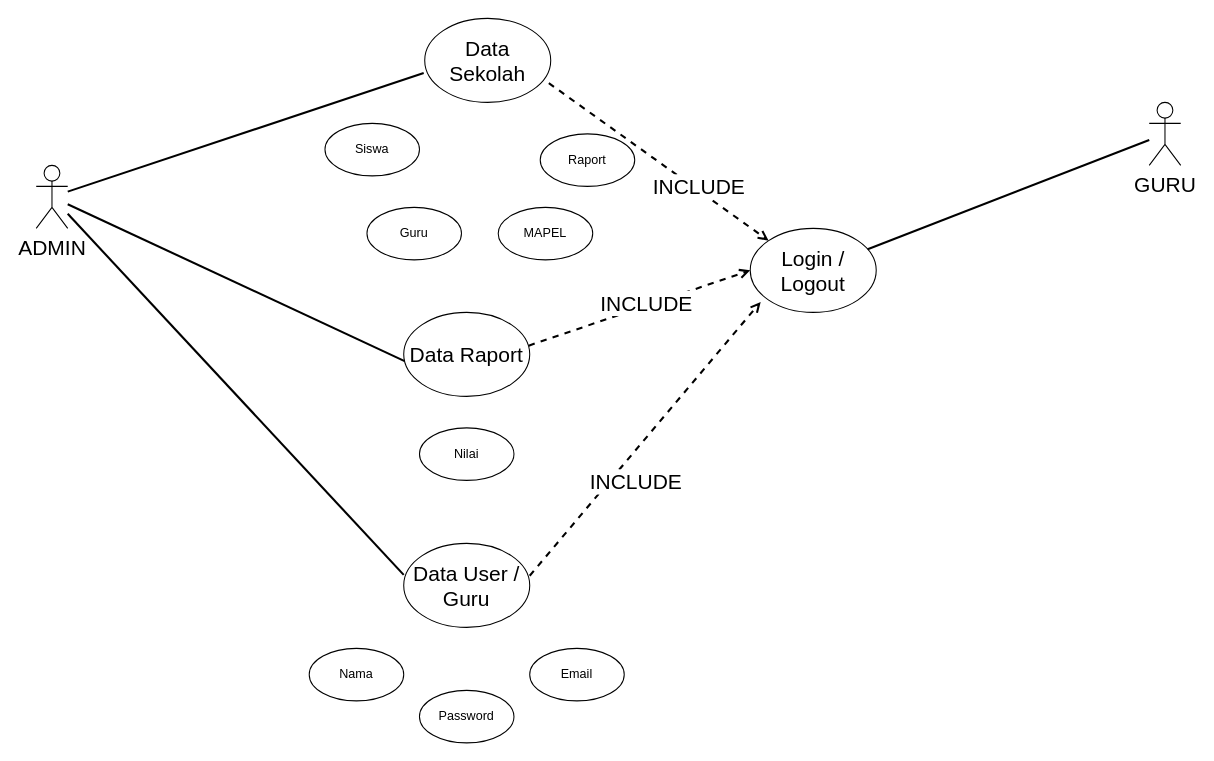
This is page "RPL USE CASE" (3 of 3) of Diagram Erd.drawio from dickisepto/Latihan-GIT, a draw.io file, before an edit. Source tidied: cells renumbered, new cells numbered last; positions are measured from the earlier drawing's top-left corner, leaving out a move shared by most shapes. Both pictures are drawn from the tidied source at 105%, with x=0, y=0 at pixel (36, 18).
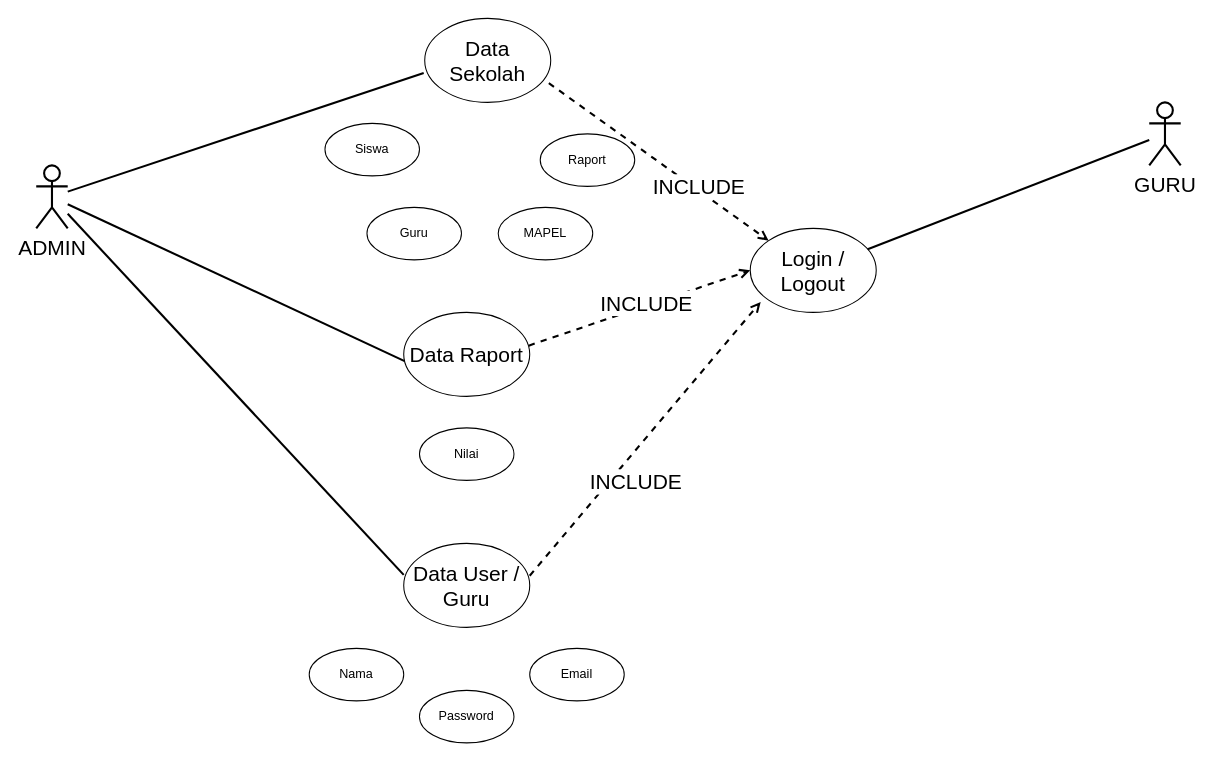
The same page after the edit.

The edit, as a diff of the source:
```diff
@@
-    <mxCell id="2" value="&lt;div style=&quot;font-size: 20px;&quot;&gt;ADMIN&lt;/div&gt;" style="shape=umlActor;verticalLabelPosition=bottom;verticalAlign=top;html=1;outlineConnect=0;fontSize=20;" parent="1" vertex="1">
+    <mxCell id="2" value="&lt;div style=&quot;font-size: 20px;&quot;&gt;ADMIN&lt;/div&gt;" style="shape=umlActor;verticalLabelPosition=bottom;verticalAlign=top;html=1;outlineConnect=0;fontSize=20;strokeWidth=2;" parent="1" vertex="1">
       <mxGeometry y="140" width="30" height="60" as="geometry" />
     </mxCell>
-    <mxCell id="3" value="GURU" style="shape=umlActor;verticalLabelPosition=bottom;verticalAlign=top;html=1;outlineConnect=0;fontSize=20;" parent="1" vertex="1">
+    <mxCell id="3" value="GURU" style="shape=umlActor;verticalLabelPosition=bottom;verticalAlign=top;html=1;outlineConnect=0;fontSize=20;strokeWidth=2;" parent="1" vertex="1">
       <mxGeometry x="1060" y="80" width="30" height="60" as="geometry" />
     </mxCell>
```
